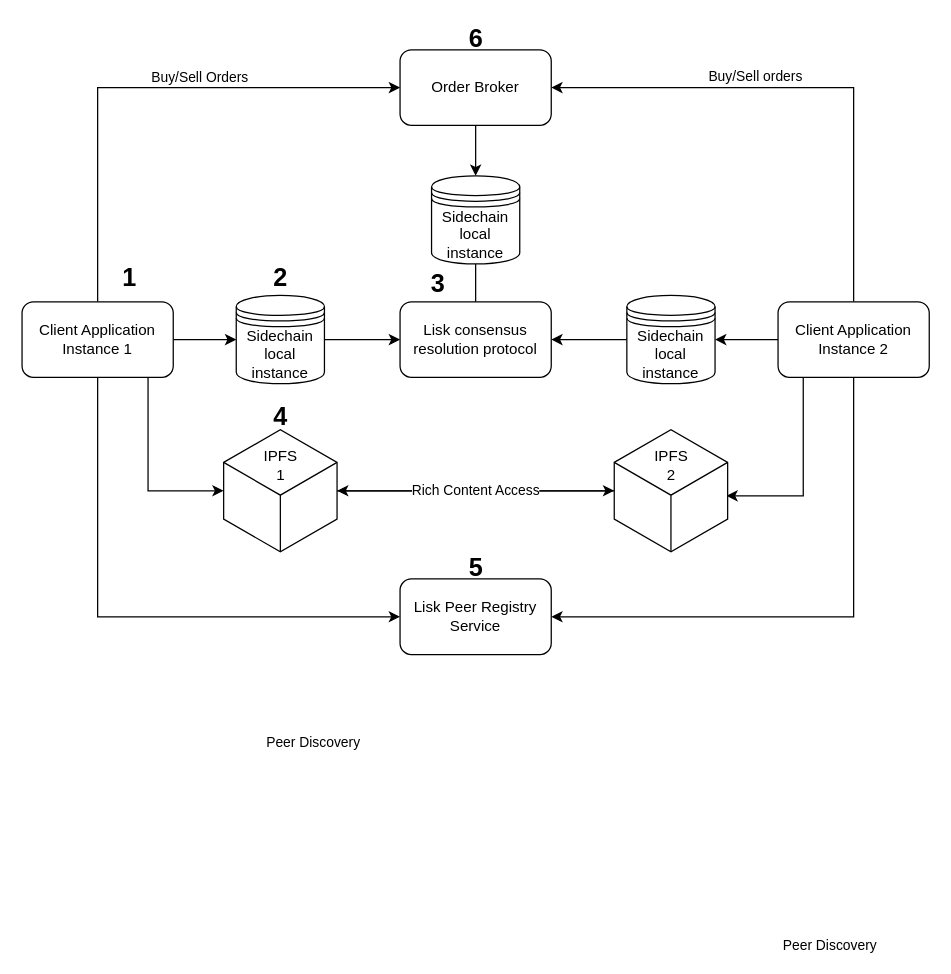
Before: documentation/images/ArchitectureDiagram.drawio in raziehl/jackal-supplies, a draw.io diagram. Source tidied: cells renumbered, new cells numbered last; positions are measured from the earlier drawing's top-left corner, leaving out a move shared by most shapes. Both pictures are drawn from the tidied source at 126%, with x=0, y=0 at pixel (21, 24).
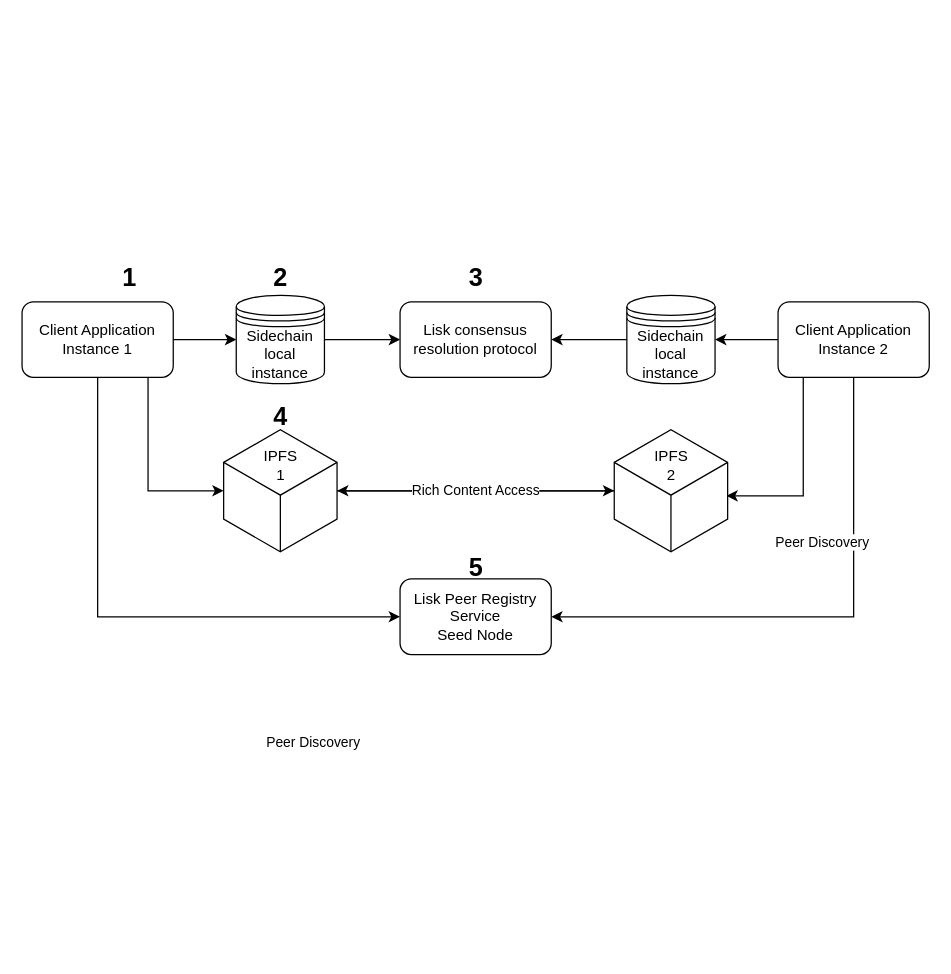
Above is the later version.

The change refers to these unchanged cells:
```xml
<mxCell id="8" value="Client Application&lt;br&gt;Instance 1" style="rounded=1;whiteSpace=wrap;html=1;" parent="1" vertex="1">
  <mxGeometry y="220" width="120" height="60" as="geometry" />
</mxCell>
<mxCell id="17" value="Client Application&lt;br&gt;Instance 2" style="rounded=1;whiteSpace=wrap;html=1;" parent="1" vertex="1">
  <mxGeometry x="600" y="220" width="120" height="60" as="geometry" />
</mxCell>
<mxCell id="25" value="Lisk consensus resolution protocol" style="rounded=1;whiteSpace=wrap;html=1;" parent="1" vertex="1">
  <mxGeometry x="300" y="220" width="120" height="60" as="geometry" />
</mxCell>
```

Change to the diagram source:
```diff
@@
-    <mxCell id="2" style="edgeStyle=orthogonalEdgeStyle;rounded=0;jettySize=auto;html=1;entryX=0;entryY=0.5;entryDx=0;entryDy=0;" parent="1" edge="1" source="8" target="10">
-      <mxGeometry relative="1" as="geometry">
-        <Array as="points">
-          <mxPoint x="60" y="50" />
-        </Array>
-      </mxGeometry>
-    </mxCell>
-    <mxCell id="3" value="Buy/Sell Orders" style="edgeLabel;html=1;align=center;verticalAlign=middle;" parent="2" vertex="1">
-      <mxGeometry x="-0.19" y="-84" relative="1" as="geometry">
-        <mxPoint x="-4" y="-13" as="offset" />
-      </mxGeometry>
-    </mxCell>
@@
-    <mxCell id="9" style="edgeStyle=orthogonalEdgeStyle;rounded=0;jettySize=auto;html=1;entryX=0.5;entryY=0;entryDx=0;entryDy=0;" parent="1" edge="1" source="10" target="20">
-      <mxGeometry relative="1" as="geometry" />
-    </mxCell>
-    <mxCell id="10" value="Order Broker" style="rounded=1;whiteSpace=wrap;html=1;" parent="1" vertex="1">
-      <mxGeometry x="300" y="20" width="120" height="60" as="geometry" />
-    </mxCell>
-    <mxCell id="11" value="Lisk Peer Registry Service" style="rounded=1;whiteSpace=wrap;html=1;" parent="1" vertex="1">
+    <mxCell id="11" value="Lisk Peer Registry Service&lt;br&gt;Seed Node" style="rounded=1;whiteSpace=wrap;html=1;" parent="1" vertex="1">
       <mxGeometry x="300" y="440" width="120" height="60" as="geometry" />
     </mxCell>
-    <mxCell id="12" style="edgeStyle=orthogonalEdgeStyle;rounded=0;jettySize=auto;html=1;entryX=1;entryY=0.5;entryDx=0;entryDy=0;" parent="1" edge="1" source="17" target="10">
-      <mxGeometry relative="1" as="geometry">
-        <Array as="points">
-          <mxPoint x="660" y="50" />
-        </Array>
-      </mxGeometry>
-    </mxCell>
-    <mxCell id="13" value="Buy/Sell orders" style="edgeLabel;html=1;align=center;verticalAlign=middle;" parent="12" vertex="1">
-      <mxGeometry x="0.25" y="-1" relative="1" as="geometry">
-        <mxPoint x="7" y="-9" as="offset" />
-      </mxGeometry>
-    </mxCell>
@@
-    <mxCell id="19" style="edgeStyle=orthogonalEdgeStyle;rounded=0;jettySize=auto;html=1;entryX=0.45;entryY=0.167;entryDx=0;entryDy=0;entryPerimeter=0;" parent="1" edge="1" source="20" target="25">
-      <mxGeometry relative="1" as="geometry">
-        <Array as="points">
-          <mxPoint x="360" y="230" />
-        </Array>
-      </mxGeometry>
-    </mxCell>
-    <mxCell id="20" value="Sidechain local instance" style="shape=datastore;whiteSpace=wrap;html=1;" parent="1" vertex="1">
-      <mxGeometry x="325" y="120" width="70" height="70" as="geometry" />
-    </mxCell>
@@
     <mxCell id="29" value="Peer Discovery" style="edgeLabel;html=1;align=center;verticalAlign=middle;" parent="1" vertex="1">
       <mxGeometry x="-0.12" y="90" relative="1" as="geometry">
-        <mxPoint x="640" y="730" as="offset" />
+        <mxPoint x="634" y="410" as="offset" />
       </mxGeometry>
     </mxCell>
@@
-    <mxCell id="37" value="&lt;font style=&quot;font-size: 20px&quot;&gt;&lt;b&gt;6&lt;/b&gt;&lt;/font&gt;" style="text;html=1;align=center;verticalAlign=middle;glass=0;rounded=0;shadow=0;comic=0;" parent="1" vertex="1">
-      <mxGeometry x="345" width="30" height="20" as="geometry" />
-    </mxCell>
     <mxCell id="38" value="&lt;font style=&quot;font-size: 20px&quot;&gt;&lt;b&gt;3&lt;/b&gt;&lt;/font&gt;" style="text;html=1;align=center;verticalAlign=middle;glass=0;rounded=0;shadow=0;comic=0;" parent="1" vertex="1">
-      <mxGeometry x="315" y="195" width="30" height="20" as="geometry" />
+      <mxGeometry x="345" y="190" width="30" height="20" as="geometry" />
     </mxCell>
```
